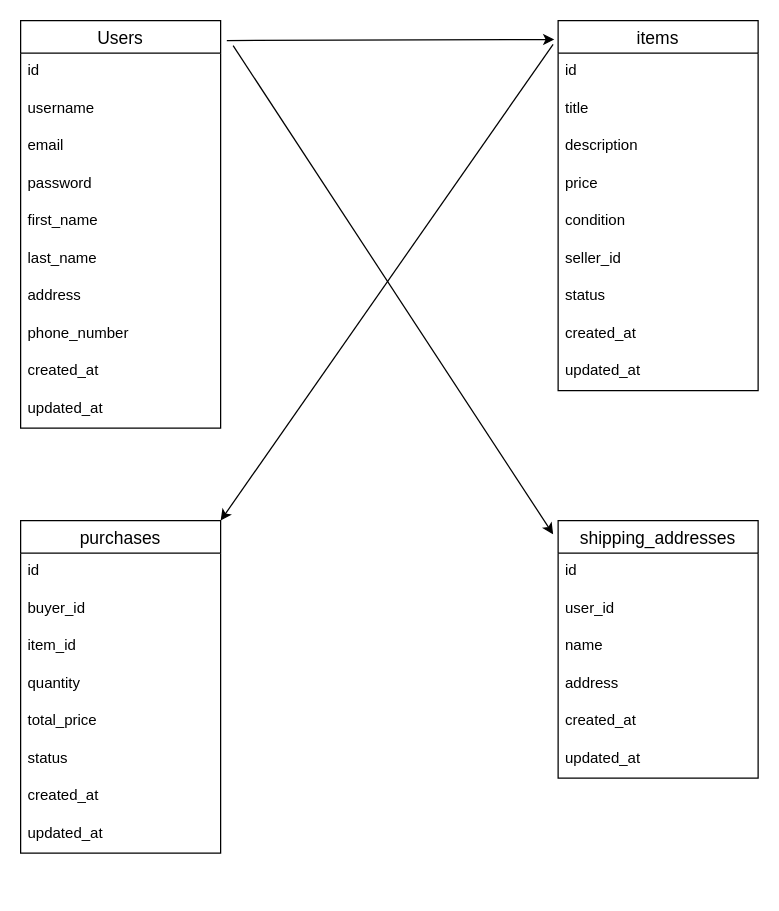
The draw.io diagram furima.dio in okadarenta/furima-39680, before the edit. Source tidied: cells renumbered, new cells numbered last; positions are measured from the earlier drawing's top-left corner, leaving out a move shared by most shapes. Both pictures are drawn from the tidied source at 125%, with x=0, y=0 at pixel (20, 20).
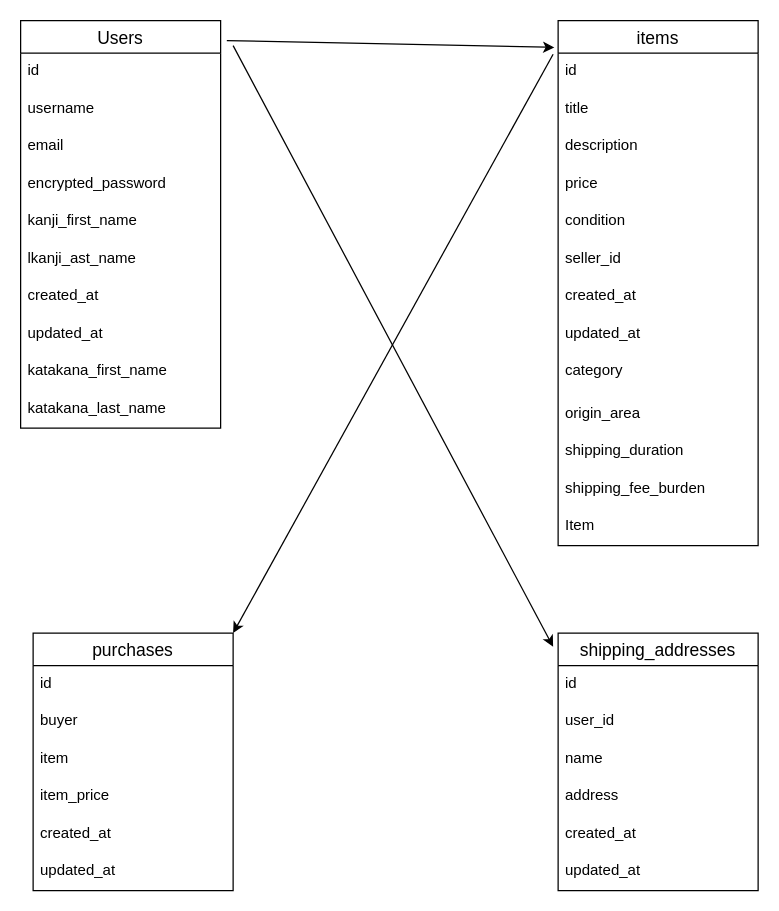
Above is the later version.

Commit message (it also covers changes not shown here):
データベース設計２

Unchanged cells that the change refers to:
```xml
<mxCell id="2" value="Users" style="swimlane;fontStyle=0;horizontal=1;startSize=26;align=center;fontSize=14;" parent="1" vertex="1">
  <mxGeometry width="160" height="326" as="geometry" />
</mxCell>
```

What changed in the source:
```diff
@@
-    <mxCell id="6" value="password" style="text;strokeColor=none;fillColor=none;spacingLeft=4;spacingRight=4;overflow=hidden;fontSize=12;" parent="2" vertex="1">
+    <mxCell id="6" value="encrypted_password" style="text;strokeColor=none;fillColor=none;spacingLeft=4;spacingRight=4;overflow=hidden;fontSize=12;" parent="2" vertex="1">
       <mxGeometry y="116" width="160" height="30" as="geometry" />
     </mxCell>
-    <mxCell id="7" value="first_name" style="text;strokeColor=none;fillColor=none;spacingLeft=4;spacingRight=4;overflow=hidden;fontSize=12;" parent="2" vertex="1">
+    <mxCell id="7" value="kanji_first_name" style="text;strokeColor=none;fillColor=none;spacingLeft=4;spacingRight=4;overflow=hidden;fontSize=12;" parent="2" vertex="1">
       <mxGeometry y="146" width="160" height="30" as="geometry" />
     </mxCell>
-    <mxCell id="8" value="last_name" style="text;strokeColor=none;fillColor=none;spacingLeft=4;spacingRight=4;overflow=hidden;fontSize=12;" parent="2" vertex="1">
+    <mxCell id="8" value="lkanji_ast_name" style="text;strokeColor=none;fillColor=none;spacingLeft=4;spacingRight=4;overflow=hidden;fontSize=12;" parent="2" vertex="1">
       <mxGeometry y="176" width="160" height="30" as="geometry" />
     </mxCell>
-    <mxCell id="9" value="address" style="text;strokeColor=none;fillColor=none;spacingLeft=4;spacingRight=4;overflow=hidden;fontSize=12;" parent="2" vertex="1">
-      <mxGeometry y="206" width="160" height="30" as="geometry" />
-    </mxCell>
-    <mxCell id="10" value="phone_number" style="text;strokeColor=none;fillColor=none;spacingLeft=4;spacingRight=4;overflow=hidden;fontSize=12;" parent="2" vertex="1">
-      <mxGeometry y="236" width="160" height="30" as="geometry" />
-    </mxCell>
     <mxCell id="11" value="created_at" style="text;strokeColor=none;fillColor=none;spacingLeft=4;spacingRight=4;overflow=hidden;fontSize=12;" parent="2" vertex="1">
-      <mxGeometry y="266" width="160" height="30" as="geometry" />
+      <mxGeometry y="206" width="160" height="30" as="geometry" />
     </mxCell>
     <mxCell id="12" value="updated_at" style="text;strokeColor=none;fillColor=none;spacingLeft=4;spacingRight=4;overflow=hidden;fontSize=12;" parent="2" vertex="1">
-      <mxGeometry y="296" width="160" height="30" as="geometry" />
+      <mxGeometry y="236" width="160" height="30" as="geometry" />
     </mxCell>
+    <mxCell id="42" value="katakana_first_name" style="text;strokeColor=none;fillColor=none;spacingLeft=4;spacingRight=4;overflow=hidden;fontSize=12;" parent="2" vertex="1">
+      <mxGeometry y="266" width="160" height="30" as="geometry" />
+    </mxCell>
+    <mxCell id="43" value="katakana_last_name" style="text;strokeColor=none;fillColor=none;spacingLeft=4;spacingRight=4;overflow=hidden;fontSize=12;" parent="2" vertex="1">
+      <mxGeometry y="296" width="160" height="30" as="geometry" />
+    </mxCell>
     <mxCell id="13" value="items" style="swimlane;fontStyle=0;horizontal=1;startSize=26;align=center;fontSize=14;" parent="1" vertex="1">
-      <mxGeometry x="430" width="160" height="296" as="geometry" />
+      <mxGeometry x="430" width="160" height="420" as="geometry" />
     </mxCell>
@@
-    <mxCell id="20" value="status" style="text;strokeColor=none;fillColor=none;spacingLeft=4;spacingRight=4;overflow=hidden;fontSize=12;" parent="13" vertex="1">
-      <mxGeometry y="206" width="160" height="30" as="geometry" />
-    </mxCell>
     <mxCell id="21" value="created_at" style="text;strokeColor=none;fillColor=none;spacingLeft=4;spacingRight=4;overflow=hidden;fontSize=12;" parent="13" vertex="1">
-      <mxGeometry y="236" width="160" height="30" as="geometry" />
+      <mxGeometry y="206" width="160" height="30" as="geometry" />
     </mxCell>
     <mxCell id="22" value="updated_at" style="text;strokeColor=none;fillColor=none;spacingLeft=4;spacingRight=4;overflow=hidden;fontSize=12;" parent="13" vertex="1">
-      <mxGeometry y="266" width="160" height="30" as="geometry" />
+      <mxGeometry y="236" width="160" height="30" as="geometry" />
     </mxCell>
+    <mxCell id="44" value="category" style="text;strokeColor=none;fillColor=none;spacingLeft=4;spacingRight=4;overflow=hidden;fontSize=12;" parent="13" vertex="1">
+      <mxGeometry y="266" width="160" height="34" as="geometry" />
+    </mxCell>
+    <mxCell id="45" value="origin_area" style="text;strokeColor=none;fillColor=none;spacingLeft=4;spacingRight=4;overflow=hidden;fontSize=12;" parent="13" vertex="1">
+      <mxGeometry y="300" width="160" height="30" as="geometry" />
+    </mxCell>
+    <mxCell id="46" value="shipping_duration" style="text;strokeColor=none;fillColor=none;spacingLeft=4;spacingRight=4;overflow=hidden;fontSize=12;" parent="13" vertex="1">
+      <mxGeometry y="330" width="160" height="30" as="geometry" />
+    </mxCell>
+    <mxCell id="47" value="shipping_fee_burden" style="text;strokeColor=none;fillColor=none;spacingLeft=4;spacingRight=4;overflow=hidden;fontSize=12;" parent="13" vertex="1">
+      <mxGeometry y="360" width="160" height="30" as="geometry" />
+    </mxCell>
+    <mxCell id="48" value="Item" style="text;strokeColor=none;fillColor=none;spacingLeft=4;spacingRight=4;overflow=hidden;fontSize=12;" parent="13" vertex="1">
+      <mxGeometry y="390" width="160" height="30" as="geometry" />
+    </mxCell>
     <mxCell id="23" value="purchases" style="swimlane;fontStyle=0;horizontal=1;startSize=26;align=center;fontSize=14;" parent="1" vertex="1">
-      <mxGeometry y="400" width="160" height="266" as="geometry" />
+      <mxGeometry x="10" y="490" width="160" height="206" as="geometry" />
     </mxCell>
@@
-    <mxCell id="25" value="buyer_id" style="text;strokeColor=none;fillColor=none;spacingLeft=4;spacingRight=4;overflow=hidden;fontSize=12;" parent="23" vertex="1">
+    <mxCell id="25" value="buyer" style="text;strokeColor=none;fillColor=none;spacingLeft=4;spacingRight=4;overflow=hidden;fontSize=12;" parent="23" vertex="1">
       <mxGeometry y="56" width="160" height="30" as="geometry" />
     </mxCell>
-    <mxCell id="26" value="item_id" style="text;strokeColor=none;fillColor=none;spacingLeft=4;spacingRight=4;overflow=hidden;fontSize=12;" parent="23" vertex="1">
+    <mxCell id="26" value="item" style="text;strokeColor=none;fillColor=none;spacingLeft=4;spacingRight=4;overflow=hidden;fontSize=12;" parent="23" vertex="1">
       <mxGeometry y="86" width="160" height="30" as="geometry" />
     </mxCell>
-    <mxCell id="27" value="quantity" style="text;strokeColor=none;fillColor=none;spacingLeft=4;spacingRight=4;overflow=hidden;fontSize=12;" parent="23" vertex="1">
-      <mxGeometry y="116" width="160" height="30" as="geometry" />
-    </mxCell>
-    <mxCell id="28" value="total_price" style="text;strokeColor=none;fillColor=none;spacingLeft=4;spacingRight=4;overflow=hidden;fontSize=12;" parent="23" vertex="1">
-      <mxGeometry y="146" width="160" height="30" as="geometry" />
+    <mxCell id="28" value="item_price" style="text;strokeColor=none;fillColor=none;spacingLeft=4;spacingRight=4;overflow=hidden;fontSize=12;" parent="23" vertex="1">
+      <mxGeometry y="116" width="160" height="30" as="geometry" />
     </mxCell>
-    <mxCell id="29" value="status" style="text;strokeColor=none;fillColor=none;spacingLeft=4;spacingRight=4;overflow=hidden;fontSize=12;" parent="23" vertex="1">
-      <mxGeometry y="176" width="160" height="30" as="geometry" />
-    </mxCell>
     <mxCell id="30" value="created_at" style="text;strokeColor=none;fillColor=none;spacingLeft=4;spacingRight=4;overflow=hidden;fontSize=12;" parent="23" vertex="1">
-      <mxGeometry y="206" width="160" height="30" as="geometry" />
+      <mxGeometry y="146" width="160" height="30" as="geometry" />
     </mxCell>
     <mxCell id="31" value="updated_at" style="text;strokeColor=none;fillColor=none;spacingLeft=4;spacingRight=4;overflow=hidden;fontSize=12;" parent="23" vertex="1">
-      <mxGeometry y="236" width="160" height="30" as="geometry" />
+      <mxGeometry y="176" width="160" height="30" as="geometry" />
     </mxCell>
     <mxCell id="32" value="shipping_addresses" style="swimlane;fontStyle=0;horizontal=1;startSize=26;align=center;fontSize=14;" parent="1" vertex="1">
-      <mxGeometry x="430" y="400" width="160" height="206" as="geometry" />
+      <mxGeometry x="430" y="490" width="160" height="206" as="geometry" />
     </mxCell>
```
